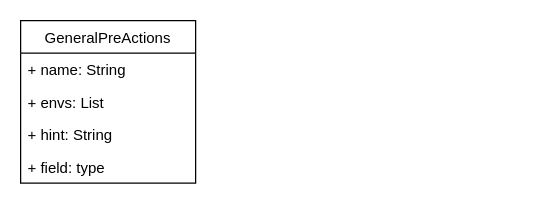
Earlier version of the draw.io diagram Untitled Diagram.drawio (jorgekue/delivery-master). Source tidied: cells renumbered, new cells numbered last; positions are measured from the earlier drawing's top-left corner, leaving out a move shared by most shapes. Both pictures are drawn from the tidied source at 125%, with x=0, y=0 at pixel (20, 20).
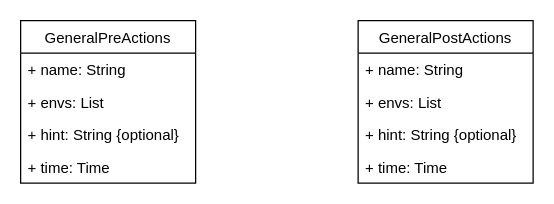
Above is the later version.

Commit message:
post actions

The edit, as a diff of the source:
```diff
@@
 <mxGraphModel>
   <root>
     <mxCell id="0" />
     <mxCell id="1" parent="0" />
     <mxCell id="2" value="GeneralPreActions" style="swimlane;fontStyle=0;horizontal=1;startSize=26;fillColor=none;" parent="1" vertex="1">
       <mxGeometry width="140" height="130" as="geometry" />
     </mxCell>
     <mxCell id="3" value="+ name: String" style="text;strokeColor=none;fillColor=none;align=left;verticalAlign=top;spacingLeft=4;spacingRight=4;overflow=hidden;" parent="2" vertex="1">
       <mxGeometry y="26" width="140" height="26" as="geometry" />
     </mxCell>
     <mxCell id="4" value="+ envs: List" style="text;strokeColor=none;fillColor=none;align=left;verticalAlign=top;spacingLeft=4;spacingRight=4;overflow=hidden;" parent="2" vertex="1">
       <mxGeometry y="52" width="140" height="26" as="geometry" />
     </mxCell>
-    <mxCell id="5" value="+ hint: String" style="text;strokeColor=none;fillColor=none;align=left;verticalAlign=top;spacingLeft=4;spacingRight=4;overflow=hidden;" parent="2" vertex="1">
+    <mxCell id="5" value="+ hint: String {optional}" style="text;strokeColor=none;fillColor=none;align=left;verticalAlign=top;spacingLeft=4;spacingRight=4;overflow=hidden;" parent="2" vertex="1">
       <mxGeometry y="78" width="140" height="26" as="geometry" />
     </mxCell>
-    <mxCell id="6" value="+ field: type" style="text;strokeColor=none;fillColor=none;align=left;verticalAlign=top;spacingLeft=4;spacingRight=4;overflow=hidden;" parent="2" vertex="1">
+    <mxCell id="6" value="+ time: Time" style="text;strokeColor=none;fillColor=none;align=left;verticalAlign=top;spacingLeft=4;spacingRight=4;overflow=hidden;" parent="2" vertex="1">
       <mxGeometry y="104" width="140" height="26" as="geometry" />
     </mxCell>
+    <mxCell id="7" value="GeneralPostActions" style="swimlane;fontStyle=0;horizontal=1;startSize=26;fillColor=none;" parent="1" vertex="1">
+      <mxGeometry x="270" width="140" height="130" as="geometry" />
+    </mxCell>
+    <mxCell id="8" value="+ name: String" style="text;strokeColor=none;fillColor=none;align=left;verticalAlign=top;spacingLeft=4;spacingRight=4;overflow=hidden;" parent="7" vertex="1">
+      <mxGeometry y="26" width="140" height="26" as="geometry" />
+    </mxCell>
+    <mxCell id="9" value="+ envs: List" style="text;strokeColor=none;fillColor=none;align=left;verticalAlign=top;spacingLeft=4;spacingRight=4;overflow=hidden;" parent="7" vertex="1">
+      <mxGeometry y="52" width="140" height="26" as="geometry" />
+    </mxCell>
+    <mxCell id="10" value="+ hint: String {optional}" style="text;strokeColor=none;fillColor=none;align=left;verticalAlign=top;spacingLeft=4;spacingRight=4;overflow=hidden;" parent="7" vertex="1">
+      <mxGeometry y="78" width="140" height="26" as="geometry" />
+    </mxCell>
+    <mxCell id="11" value="+ time: Time" style="text;strokeColor=none;fillColor=none;align=left;verticalAlign=top;spacingLeft=4;spacingRight=4;overflow=hidden;" parent="7" vertex="1">
+      <mxGeometry y="104" width="140" height="26" as="geometry" />
+    </mxCell>
   </root>
 </mxGraphModel>
```
